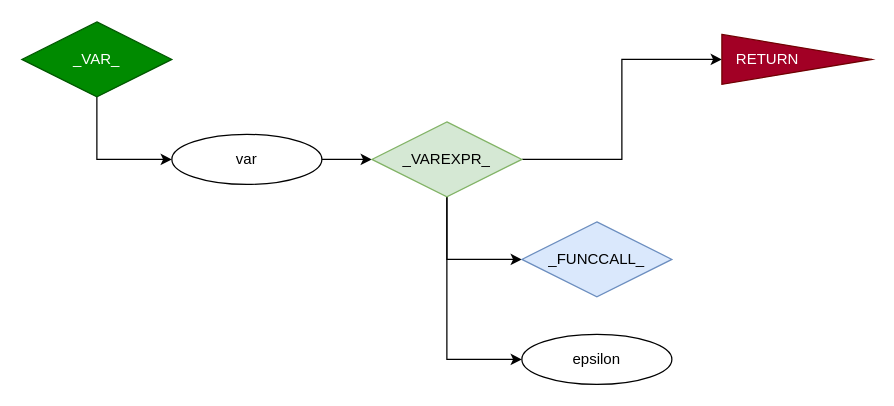
Above: page "_VAR_" (7 of 8) of README/Grammar.drawio in ZacharyYGateley/Compiler (draw.io), before the change. Source tidied: cells renumbered, new cells numbered last; positions are measured from the earlier drawing's top-left corner, leaving out a move shared by most shapes. Both pictures are drawn from the tidied source at 125%, with x=0, y=0 at pixel (21, 21).
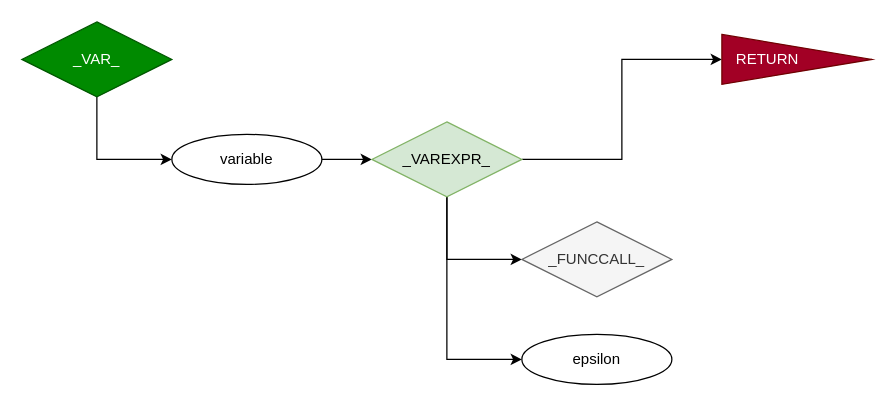
The same diagram, later.

The edit, as a diff of the source:
```diff
@@
 <mxGraphModel>
   <root>
     <mxCell id="0" />
     <mxCell id="1" parent="0" />
     <mxCell id="2" style="edgeStyle=orthogonalEdgeStyle;rounded=0;jettySize=auto;html=1;exitX=0.5;exitY=1;exitDx=0;exitDy=0;entryX=0;entryY=0.5;entryDx=0;entryDy=0;" parent="1" edge="1" source="3" target="5">
       <mxGeometry relative="1" as="geometry" />
     </mxCell>
     <mxCell id="3" value="_VAR_" style="rhombus;whiteSpace=wrap;html=1;fillColor=#008a00;strokeColor=#005700;fontColor=#ffffff;" parent="1" vertex="1">
       <mxGeometry width="120" height="60" as="geometry" />
     </mxCell>
     <mxCell id="4" style="edgeStyle=orthogonalEdgeStyle;rounded=0;jettySize=auto;html=1;exitX=1;exitY=0.5;exitDx=0;exitDy=0;entryX=0;entryY=0.5;entryDx=0;entryDy=0;" parent="1" edge="1" source="5" target="9">
       <mxGeometry relative="1" as="geometry" />
     </mxCell>
-    <mxCell id="5" value="var" style="ellipse;whiteSpace=wrap;html=1;" parent="1" vertex="1">
+    <mxCell id="5" value="variable" style="ellipse;whiteSpace=wrap;html=1;" parent="1" vertex="1">
       <mxGeometry x="120" y="90" width="120" height="40" as="geometry" />
     </mxCell>
     <mxCell id="6" style="edgeStyle=orthogonalEdgeStyle;rounded=0;jettySize=auto;html=1;exitX=0.5;exitY=1;exitDx=0;exitDy=0;entryX=0;entryY=0.5;entryDx=0;entryDy=0;" parent="1" edge="1" source="9" target="10">
       <mxGeometry relative="1" as="geometry" />
     </mxCell>
     <mxCell id="7" style="edgeStyle=orthogonalEdgeStyle;rounded=0;jettySize=auto;html=1;exitX=0.5;exitY=1;exitDx=0;exitDy=0;entryX=0;entryY=0.5;entryDx=0;entryDy=0;" parent="1" edge="1" source="9" target="11">
       <mxGeometry relative="1" as="geometry" />
     </mxCell>
     <mxCell id="8" style="edgeStyle=orthogonalEdgeStyle;rounded=0;jettySize=auto;html=1;exitX=1;exitY=0.5;exitDx=0;exitDy=0;entryX=0;entryY=0.5;entryDx=0;entryDy=0;" parent="1" edge="1" source="9" target="12">
       <mxGeometry relative="1" as="geometry" />
     </mxCell>
     <mxCell id="9" value="_VAREXPR_" style="rhombus;whiteSpace=wrap;html=1;fillColor=#d5e8d4;strokeColor=#82b366;" parent="1" vertex="1">
       <mxGeometry x="280" y="80" width="120" height="60" as="geometry" />
     </mxCell>
-    <mxCell id="10" value="_FUNCCALL_" style="rhombus;whiteSpace=wrap;html=1;fillColor=#dae8fc;strokeColor=#6c8ebf;" parent="1" vertex="1">
+    <mxCell id="10" value="_FUNCCALL_" style="rhombus;whiteSpace=wrap;html=1;fillColor=#f5f5f5;strokeColor=#666666;fontColor=#333333;" parent="1" vertex="1">
       <mxGeometry x="400" y="160" width="120" height="60" as="geometry" />
     </mxCell>
     <mxCell id="11" value="epsilon" style="ellipse;whiteSpace=wrap;html=1;" parent="1" vertex="1">
       <mxGeometry x="400" y="250" width="120" height="40" as="geometry" />
     </mxCell>
     <mxCell id="12" value="RETURN&amp;nbsp; &amp;nbsp; &amp;nbsp; &amp;nbsp; &amp;nbsp; &amp;nbsp; &amp;nbsp;&amp;nbsp;" style="triangle;whiteSpace=wrap;html=1;fillColor=#a20025;strokeColor=#6F0000;fontColor=#ffffff;" parent="1" vertex="1">
       <mxGeometry x="560" y="10" width="120" height="40" as="geometry" />
     </mxCell>
   </root>
 </mxGraphModel>
```
